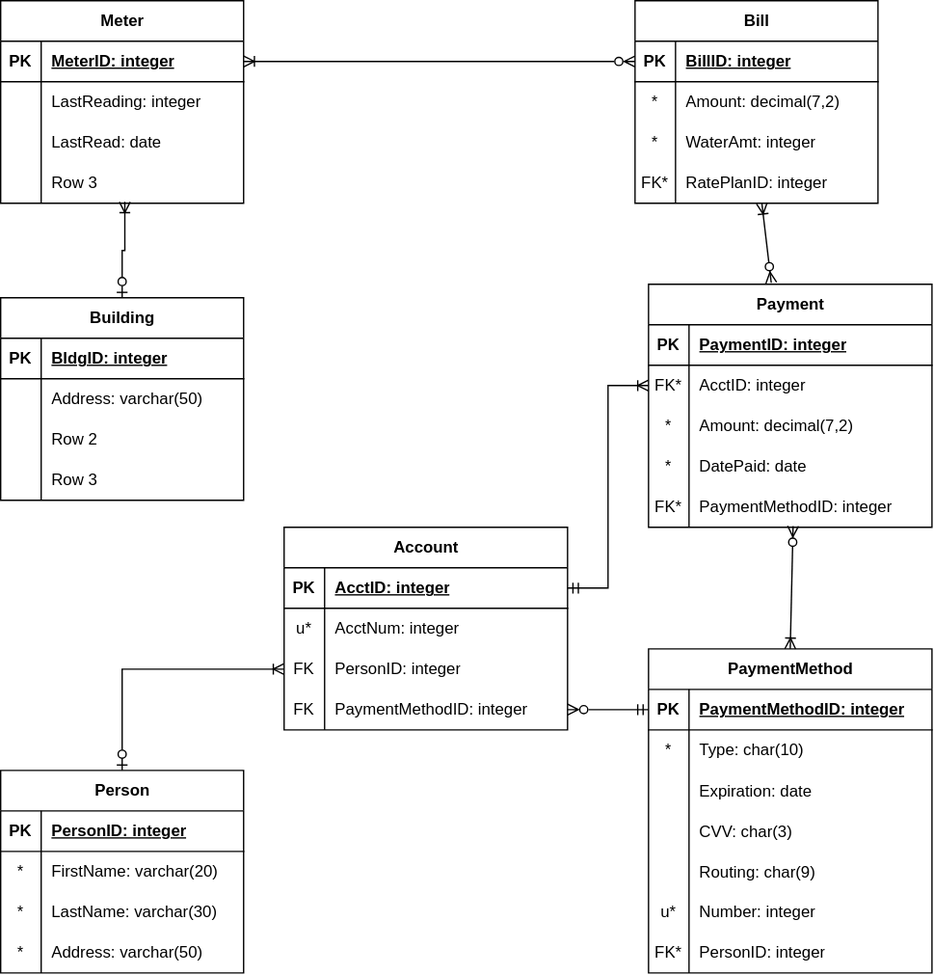
Before: water-system.drawio.svg, a diagram exported from draw.io (phbrownacmorg/csc305fa26). Source tidied: cells renumbered, new cells last; positions are measured from the earlier drawing's top-left corner, leaving out a move shared by most shapes.
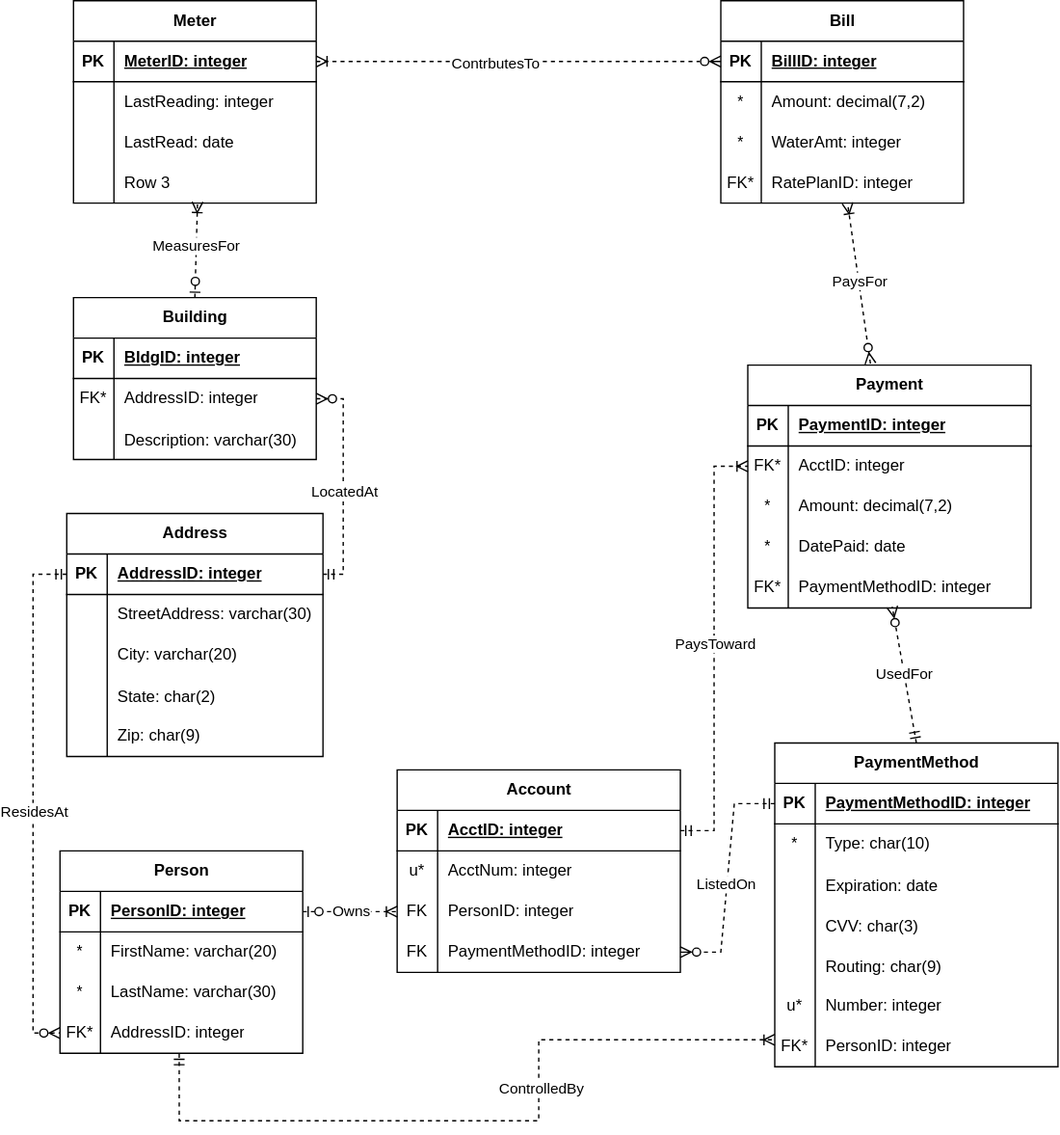
Later version of the same file.

Commit message:
ERD's as of end of class 10/1

Change to the diagram source:
```diff
@@ -3,7 +3,7 @@
     <mxCell id="0" />
     <mxCell id="1" parent="0" />
     <mxCell id="2" value="Building" style="shape=table;startSize=30;rowLines=0;fontStyle=1;align=center;html=1;" parent="1" vertex="1">
-      <mxGeometry y="220" width="180" height="150" as="geometry" />
+      <mxGeometry y="220" width="180" height="120" as="geometry" />
     </mxCell>
     <mxCell id="3" style="shape=tableRow;horizontal=0;startSize=0;swimlaneHead=0;swimlaneBody=0;fillColor=none;top=0;left=0;right=0;bottom=1;" parent="2" vertex="1">
       <mxGeometry y="30" width="180" height="30" as="geometry" />
@@ -17,32 +17,23 @@
     <mxCell id="6" style="shape=tableRow;horizontal=0;startSize=0;swimlaneHead=0;swimlaneBody=0;fillColor=none;points=[[0,0.5],[1,0.5]];portConstraint=eastwest;top=0;left=0;right=0;bottom=0;" parent="2" vertex="1">
       <mxGeometry y="60" width="180" height="30" as="geometry" />
     </mxCell>
-    <mxCell id="7" style="shape=partialRectangle;fillColor=none;top=0;left=0;bottom=0;right=0;overflow=hidden;whiteSpace=wrap;html=1;" parent="6" vertex="1">
+    <mxCell id="7" value="FK*" style="shape=partialRectangle;fillColor=none;top=0;left=0;bottom=0;right=0;overflow=hidden;whiteSpace=wrap;html=1;" parent="6" vertex="1">
       <mxGeometry width="30" height="30" as="geometry" />
     </mxCell>
-    <mxCell id="8" value="Address: varchar(50)" style="shape=partialRectangle;fillColor=none;top=0;left=0;bottom=0;right=0;align=left;spacingLeft=6;overflow=hidden;whiteSpace=wrap;html=1;" parent="6" vertex="1">
+    <mxCell id="8" value="AddressID: integer" style="shape=partialRectangle;fillColor=none;top=0;left=0;bottom=0;right=0;align=left;spacingLeft=6;overflow=hidden;whiteSpace=wrap;html=1;" parent="6" vertex="1">
       <mxGeometry x="30" width="150" height="30" as="geometry" />
     </mxCell>
     <mxCell id="9" style="shape=tableRow;horizontal=0;startSize=0;swimlaneHead=0;swimlaneBody=0;fillColor=none;top=0;left=0;right=0;bottom=0;" parent="2" vertex="1">
       <mxGeometry y="90" width="180" height="30" as="geometry" />
     </mxCell>
-    <mxCell id="10" style="shape=partialRectangle;fillColor=none;top=0;left=0;bottom=0;right=0;overflow=hidden;whiteSpace=wrap;html=1;" parent="9" vertex="1">
-      <mxGeometry width="30" height="30" as="geometry" />
-    </mxCell>
-    <mxCell id="11" value="Row 2" style="shape=partialRectangle;fillColor=none;top=0;left=0;bottom=0;right=0;align=left;spacingLeft=6;overflow=hidden;whiteSpace=wrap;html=1;" parent="9" vertex="1">
-      <mxGeometry x="30" width="150" height="30" as="geometry" />
-    </mxCell>
-    <mxCell id="12" style="shape=tableRow;horizontal=0;startSize=0;swimlaneHead=0;swimlaneBody=0;fillColor=none;top=0;left=0;right=0;bottom=0;" parent="2" vertex="1">
-      <mxGeometry y="120" width="180" height="30" as="geometry" />
-    </mxCell>
-    <mxCell id="13" style="shape=partialRectangle;fillColor=none;top=0;left=0;bottom=0;right=0;overflow=hidden;whiteSpace=wrap;html=1;" parent="12" vertex="1">
-      <mxGeometry width="30" height="30" as="geometry" />
-    </mxCell>
-    <mxCell id="14" value="Row 3" style="shape=partialRectangle;fillColor=none;top=0;left=0;bottom=0;right=0;align=left;spacingLeft=6;overflow=hidden;whiteSpace=wrap;html=1;" parent="12" vertex="1">
-      <mxGeometry x="30" width="150" height="30" as="geometry" />
-    </mxCell>
+    <mxCell id="112" style="shape=partialRectangle;fillColor=none;top=0;left=0;bottom=0;right=0;overflow=hidden;" parent="9" vertex="1">
+      <mxGeometry width="30" height="30" as="geometry" />
+    </mxCell>
+    <mxCell id="113" value="Description: varchar(30)" style="shape=partialRectangle;fillColor=none;top=0;left=0;bottom=0;right=0;align=left;spacingLeft=6;overflow=hidden;" parent="9" vertex="1">
+      <mxGeometry x="30" width="150" height="30" as="geometry" />
+    </mxCell>
     <mxCell id="15" value="Account" style="shape=table;startSize=30;rowLines=0;fontStyle=1;align=center;html=1;" parent="1" vertex="1">
-      <mxGeometry x="210" y="390" width="210" height="150" as="geometry" />
+      <mxGeometry x="240" y="570" width="210" height="150" as="geometry" />
     </mxCell>
     <mxCell id="16" style="shape=tableRow;horizontal=0;startSize=0;swimlaneHead=0;swimlaneBody=0;fillColor=none;points=[[0,0.5],[1,0.5]];portConstraint=eastwest;top=0;left=0;right=0;bottom=1;" parent="15" vertex="1">
       <mxGeometry y="30" width="210" height="30" as="geometry" />
@@ -81,7 +72,7 @@
       <mxGeometry x="30" width="180" height="30" as="geometry" />
     </mxCell>
     <mxCell id="28" value="Person" style="shape=table;startSize=30;rowLines=0;fontStyle=1;align=center;html=1;" parent="1" vertex="1">
-      <mxGeometry y="570" width="180" height="150" as="geometry" />
+      <mxGeometry x="-10" y="630" width="180" height="150" as="geometry" />
     </mxCell>
     <mxCell id="29" style="shape=tableRow;horizontal=0;startSize=0;swimlaneHead=0;swimlaneBody=0;fillColor=none;points=[[0,0.5],[1,0.5]];portConstraint=eastwest;top=0;left=0;right=0;bottom=1;" parent="28" vertex="1">
       <mxGeometry y="30" width="180" height="30" as="geometry" />
@@ -113,10 +104,10 @@
     <mxCell id="38" style="shape=tableRow;horizontal=0;startSize=0;swimlaneHead=0;swimlaneBody=0;fillColor=none;points=[[0,0.5],[1,0.5]];portConstraint=eastwest;top=0;left=0;right=0;bottom=0;" parent="28" vertex="1">
       <mxGeometry y="120" width="180" height="30" as="geometry" />
     </mxCell>
-    <mxCell id="39" value="*" style="shape=partialRectangle;fillColor=none;top=0;left=0;bottom=0;right=0;overflow=hidden;whiteSpace=wrap;html=1;" parent="38" vertex="1">
+    <mxCell id="39" value="FK*" style="shape=partialRectangle;fillColor=none;top=0;left=0;bottom=0;right=0;overflow=hidden;whiteSpace=wrap;html=1;" parent="38" vertex="1">
       <mxGeometry width="30" height="30" as="geometry" />
     </mxCell>
-    <mxCell id="40" value="Address: varchar(50)" style="shape=partialRectangle;fillColor=none;top=0;left=0;bottom=0;right=0;align=left;spacingLeft=6;overflow=hidden;whiteSpace=wrap;html=1;" parent="38" vertex="1">
+    <mxCell id="40" value="AddressID: integer" style="shape=partialRectangle;fillColor=none;top=0;left=0;bottom=0;right=0;align=left;spacingLeft=6;overflow=hidden;whiteSpace=wrap;html=1;" parent="38" vertex="1">
       <mxGeometry x="30" width="150" height="30" as="geometry" />
     </mxCell>
     <mxCell id="41" value="Meter" style="shape=table;startSize=30;rowLines=0;fontStyle=1;align=center;html=1;" parent="1" vertex="1">
@@ -159,7 +150,7 @@
       <mxGeometry x="30" width="150" height="30" as="geometry" />
     </mxCell>
     <mxCell id="54" value="Bill" style="shape=table;startSize=30;rowLines=0;fontStyle=1;align=center;html=1;" parent="1" vertex="1">
-      <mxGeometry x="470" width="180" height="150" as="geometry" />
+      <mxGeometry x="480" width="180" height="150" as="geometry" />
     </mxCell>
     <mxCell id="55" style="shape=tableRow;horizontal=0;startSize=0;swimlaneHead=0;swimlaneBody=0;fillColor=none;points=[[0,0.5],[1,0.5]];portConstraint=eastwest;top=0;left=0;right=0;bottom=1;" parent="54" vertex="1">
       <mxGeometry y="30" width="180" height="30" as="geometry" />
@@ -197,14 +188,20 @@
     <mxCell id="66" value="RatePlanID: integer" style="shape=partialRectangle;fillColor=none;top=0;left=0;bottom=0;right=0;align=left;spacingLeft=6;overflow=hidden;whiteSpace=wrap;html=1;" parent="64" vertex="1">
       <mxGeometry x="30" width="150" height="30" as="geometry" />
     </mxCell>
-    <mxCell id="67" style="fontSize=12;html=1;endArrow=ERoneToMany;startArrow=ERzeroToOne;rounded=0;exitX=0.5;exitY=0;exitDx=0;exitDy=0;entryX=0.511;entryY=0.967;entryDx=0;entryDy=0;entryPerimeter=0;edgeStyle=orthogonalEdgeStyle;" parent="1" edge="1" source="2" target="51">
+    <mxCell id="67" style="fontSize=12;html=1;endArrow=ERoneToMany;startArrow=ERzeroToOne;rounded=0;exitX=0.5;exitY=0;exitDx=0;exitDy=0;entryX=0.511;entryY=0.967;entryDx=0;entryDy=0;entryPerimeter=0;dashed=1;" parent="1" edge="1" source="2" target="51">
       <mxGeometry relative="1" as="geometry" />
     </mxCell>
+    <mxCell id="114" value="MeasuresFor" style="edgeLabel;html=1;align=center;verticalAlign=middle;" parent="67" vertex="1">
+      <mxGeometry x="0.07" y="1" relative="1" as="geometry" />
+    </mxCell>
-    <mxCell id="68" style="edgeStyle=entityRelationEdgeStyle;fontSize=12;html=1;endArrow=ERzeroToMany;startArrow=ERoneToMany;rounded=0;entryX=0;entryY=0.5;entryDx=0;entryDy=0;exitX=1;exitY=0.5;exitDx=0;exitDy=0;endFill=0;" parent="1" edge="1" source="42" target="55">
+    <mxCell id="68" style="edgeStyle=entityRelationEdgeStyle;fontSize=12;html=1;endArrow=ERzeroToMany;startArrow=ERoneToMany;rounded=0;entryX=0;entryY=0.5;entryDx=0;entryDy=0;exitX=1;exitY=0.5;exitDx=0;exitDy=0;endFill=0;dashed=1;" parent="1" edge="1" source="42" target="55">
       <mxGeometry relative="1" as="geometry" />
     </mxCell>
+    <mxCell id="115" value="ContrbutesTo" style="edgeLabel;html=1;align=center;verticalAlign=middle;" parent="68" vertex="1">
+      <mxGeometry x="-0.12" y="-1" relative="1" as="geometry" />
+    </mxCell>
     <mxCell id="69" value="Payment" style="shape=table;startSize=30;rowLines=0;fontStyle=1;align=center;html=1;" parent="1" vertex="1">
-      <mxGeometry x="480" y="210" width="210" height="180" as="geometry" />
+      <mxGeometry x="500" y="270" width="210" height="180" as="geometry" />
     </mxCell>
     <mxCell id="70" style="shape=tableRow;horizontal=0;startSize=0;swimlaneHead=0;swimlaneBody=0;fillColor=none;top=0;left=0;right=0;bottom=1;" parent="69" vertex="1">
       <mxGeometry y="30" width="210" height="30" as="geometry" />
@@ -252,7 +249,7 @@
       <mxGeometry x="30" width="180" height="30" as="geometry" />
     </mxCell>
     <mxCell id="85" value="PaymentMethod" style="shape=table;startSize=30;rowLines=0;fontStyle=1;align=center;html=1;" parent="1" vertex="1">
-      <mxGeometry x="480" y="480" width="210" height="240" as="geometry" />
+      <mxGeometry x="520" y="550" width="210" height="240" as="geometry" />
     </mxCell>
     <mxCell id="86" style="shape=tableRow;horizontal=0;startSize=0;swimlaneHead=0;swimlaneBody=0;fillColor=none;points=[[0,0.5],[1,0.5]];portConstraint=eastwest;top=0;left=0;right=0;bottom=1;" parent="85" vertex="1">
       <mxGeometry y="30" width="210" height="30" as="geometry" />
@@ -317,20 +314,121 @@
     <mxCell id="106" value="PersonID: integer" style="shape=partialRectangle;fillColor=none;top=0;left=0;bottom=0;right=0;align=left;spacingLeft=6;overflow=hidden;whiteSpace=wrap;html=1;" parent="104" vertex="1">
       <mxGeometry x="30" width="180" height="30" as="geometry" />
     </mxCell>
-    <mxCell id="107" style="fontSize=12;html=1;endArrow=ERoneToMany;startArrow=ERzeroToMany;rounded=0;entryX=0.522;entryY=1;entryDx=0;entryDy=0;entryPerimeter=0;exitX=0.433;exitY=-0.006;exitDx=0;exitDy=0;exitPerimeter=0;" parent="1" edge="1" source="69" target="64">
+    <mxCell id="107" style="fontSize=12;html=1;endArrow=ERoneToMany;startArrow=ERzeroToMany;rounded=0;entryX=0.522;entryY=1;entryDx=0;entryDy=0;entryPerimeter=0;exitX=0.433;exitY=-0.006;exitDx=0;exitDy=0;exitPerimeter=0;dashed=1;" parent="1" edge="1" source="69" target="64">
       <mxGeometry relative="1" as="geometry" />
     </mxCell>
+    <mxCell id="116" value="PaysFor" style="edgeLabel;html=1;align=center;verticalAlign=middle;" parent="107" vertex="1">
+      <mxGeometry x="0.04" relative="1" as="geometry" />
+    </mxCell>
-    <mxCell id="108" style="fontSize=12;html=1;endArrow=ERzeroToMany;endFill=1;startArrow=ERoneToMany;rounded=0;entryX=0.51;entryY=0.967;entryDx=0;entryDy=0;entryPerimeter=0;exitX=0.5;exitY=0;exitDx=0;exitDy=0;startFill=0;" parent="1" edge="1" source="85" target="82">
+    <mxCell id="108" style="fontSize=12;html=1;endArrow=ERzeroToMany;endFill=1;startArrow=ERmandOne;rounded=0;entryX=0.51;entryY=0.967;entryDx=0;entryDy=0;entryPerimeter=0;exitX=0.5;exitY=0;exitDx=0;exitDy=0;startFill=0;dashed=1;" parent="1" edge="1" source="85" target="82">
       <mxGeometry relative="1" as="geometry" />
     </mxCell>
+    <mxCell id="117" value="UsedFor" style="edgeLabel;html=1;align=center;verticalAlign=middle;" parent="108" vertex="1">
+      <mxGeometry x="0.01" relative="1" as="geometry" />
+    </mxCell>
-    <mxCell id="109" style="edgeStyle=entityRelationEdgeStyle;fontSize=12;html=1;endArrow=ERoneToMany;startArrow=ERmandOne;rounded=0;entryX=0;entryY=0.5;entryDx=0;entryDy=0;exitX=1;exitY=0.5;exitDx=0;exitDy=0;startFill=0;" parent="1" edge="1" source="16" target="73">
+    <mxCell id="109" style="fontSize=12;html=1;endArrow=ERoneToMany;startArrow=ERmandOne;rounded=0;entryX=0;entryY=0.5;entryDx=0;entryDy=0;exitX=1;exitY=0.5;exitDx=0;exitDy=0;startFill=0;dashed=1;edgeStyle=orthogonalEdgeStyle;" parent="1" edge="1" source="16" target="73">
       <mxGeometry relative="1" as="geometry" />
     </mxCell>
+    <mxCell id="118" value="PaysToward" style="edgeLabel;html=1;align=center;verticalAlign=middle;" parent="109" vertex="1">
+      <mxGeometry x="0.03" relative="1" as="geometry" />
+    </mxCell>
-    <mxCell id="110" style="edgeStyle=entityRelationEdgeStyle;fontSize=12;html=1;endArrow=ERzeroToMany;startArrow=ERmandOne;rounded=0;entryX=1;entryY=0.5;entryDx=0;entryDy=0;exitX=0;exitY=0.5;exitDx=0;exitDy=0;startFill=0;endFill=0;" parent="1" edge="1" source="86" target="25">
+    <mxCell id="110" style="edgeStyle=entityRelationEdgeStyle;fontSize=12;html=1;endArrow=ERzeroToMany;startArrow=ERmandOne;rounded=0;entryX=1;entryY=0.5;entryDx=0;entryDy=0;exitX=0;exitY=0.5;exitDx=0;exitDy=0;startFill=0;endFill=0;dashed=1;" parent="1" edge="1" source="86" target="25">
       <mxGeometry relative="1" as="geometry" />
     </mxCell>
+    <mxCell id="119" value="ListedOn" style="edgeLabel;html=1;align=center;verticalAlign=middle;" parent="110" vertex="1">
+      <mxGeometry x="0.06" y="-2" relative="1" as="geometry">
+        <mxPoint x="1" as="offset" />
+      </mxGeometry>
+    </mxCell>
-    <mxCell id="111" style="edgeStyle=orthogonalEdgeStyle;fontSize=12;html=1;endArrow=ERoneToMany;startArrow=ERzeroToOne;rounded=0;entryX=0;entryY=0.5;entryDx=0;entryDy=0;exitX=0.5;exitY=0;exitDx=0;exitDy=0;" parent="1" edge="1" source="28" target="22">
+    <mxCell id="111" style="fontSize=12;html=1;endArrow=ERoneToMany;startArrow=ERzeroToOne;rounded=0;entryX=0;entryY=0.5;entryDx=0;entryDy=0;exitX=1;exitY=0.5;exitDx=0;exitDy=0;dashed=1;edgeStyle=orthogonalEdgeStyle;" parent="1" edge="1" source="29" target="22">
       <mxGeometry relative="1" as="geometry" />
     </mxCell>
+    <mxCell id="120" value="Owns" style="edgeLabel;html=1;align=center;verticalAlign=middle;" parent="111" vertex="1">
+      <mxGeometry x="-0.01" relative="1" as="geometry" />
+    </mxCell>
+    <mxCell id="121" value="Address" style="shape=table;startSize=30;rowLines=0;fontStyle=1;align=center;html=1;" parent="1" vertex="1">
+      <mxGeometry x="-5" y="380" width="190" height="180" as="geometry" />
+    </mxCell>
+    <mxCell id="122" style="shape=tableRow;horizontal=0;startSize=0;swimlaneHead=0;swimlaneBody=0;fillColor=none;points=[[0,0.5],[1,0.5]];portConstraint=eastwest;top=0;left=0;right=0;bottom=1;" parent="121" vertex="1">
+      <mxGeometry y="30" width="190" height="30" as="geometry" />
+    </mxCell>
+    <mxCell id="123" value="PK" style="shape=partialRectangle;fillColor=none;top=0;left=0;bottom=0;right=0;fontStyle=1;overflow=hidden;whiteSpace=wrap;html=1;" parent="122" vertex="1">
+      <mxGeometry width="30" height="30" as="geometry" />
+    </mxCell>
+    <mxCell id="124" value="AddressID: integer" style="shape=partialRectangle;fillColor=none;top=0;left=0;bottom=0;right=0;align=left;spacingLeft=6;fontStyle=5;overflow=hidden;whiteSpace=wrap;html=1;" parent="122" vertex="1">
+      <mxGeometry x="30" width="160" height="30" as="geometry" />
+    </mxCell>
+    <mxCell id="125" style="shape=tableRow;horizontal=0;startSize=0;swimlaneHead=0;swimlaneBody=0;fillColor=none;top=0;left=0;right=0;bottom=0;" parent="121" vertex="1">
+      <mxGeometry y="60" width="190" height="30" as="geometry" />
+    </mxCell>
+    <mxCell id="126" style="shape=partialRectangle;fillColor=none;top=0;left=0;bottom=0;right=0;overflow=hidden;whiteSpace=wrap;html=1;" parent="125" vertex="1">
+      <mxGeometry width="30" height="30" as="geometry" />
+    </mxCell>
+    <mxCell id="127" value="StreetAddress: varchar(30)" style="shape=partialRectangle;fillColor=none;top=0;left=0;bottom=0;right=0;align=left;spacingLeft=6;overflow=hidden;whiteSpace=wrap;html=1;" parent="125" vertex="1">
+      <mxGeometry x="30" width="160" height="30" as="geometry" />
+    </mxCell>
+    <mxCell id="128" style="shape=tableRow;horizontal=0;startSize=0;swimlaneHead=0;swimlaneBody=0;fillColor=none;top=0;left=0;right=0;bottom=0;" parent="121" vertex="1">
+      <mxGeometry y="90" width="190" height="30" as="geometry" />
+    </mxCell>
+    <mxCell id="129" style="shape=partialRectangle;fillColor=none;top=0;left=0;bottom=0;right=0;overflow=hidden;whiteSpace=wrap;html=1;" parent="128" vertex="1">
+      <mxGeometry width="30" height="30" as="geometry" />
+    </mxCell>
+    <mxCell id="130" value="City: varchar(20)" style="shape=partialRectangle;fillColor=none;top=0;left=0;bottom=0;right=0;align=left;spacingLeft=6;overflow=hidden;whiteSpace=wrap;html=1;" parent="128" vertex="1">
+      <mxGeometry x="30" width="160" height="30" as="geometry" />
+    </mxCell>
+    <mxCell id="131" style="shape=tableRow;horizontal=0;startSize=0;swimlaneHead=0;swimlaneBody=0;fillColor=none;top=0;left=0;right=0;bottom=0;" parent="121" vertex="1">
+      <mxGeometry y="120" width="190" height="30" as="geometry" />
+    </mxCell>
+    <mxCell id="132" style="shape=partialRectangle;fillColor=none;top=0;left=0;bottom=0;right=0;overflow=hidden;" parent="131" vertex="1">
+      <mxGeometry width="30" height="30" as="geometry" />
+    </mxCell>
+    <mxCell id="133" value="State: char(2)" style="shape=partialRectangle;fillColor=none;top=0;left=0;bottom=0;right=0;align=left;spacingLeft=6;overflow=hidden;" parent="131" vertex="1">
+      <mxGeometry x="30" width="160" height="30" as="geometry" />
+    </mxCell>
+    <mxCell id="134" style="shape=tableRow;horizontal=0;startSize=0;swimlaneHead=0;swimlaneBody=0;fillColor=none;top=0;left=0;right=0;bottom=0;" parent="121" vertex="1">
+      <mxGeometry y="150" width="190" height="30" as="geometry" />
+    </mxCell>
+    <mxCell id="135" style="shape=partialRectangle;fillColor=none;top=0;left=0;bottom=0;right=0;overflow=hidden;whiteSpace=wrap;html=1;" parent="134" vertex="1">
+      <mxGeometry width="30" height="30" as="geometry" />
+    </mxCell>
+    <mxCell id="136" value="Zip: char(9)" style="shape=partialRectangle;fillColor=none;top=0;left=0;bottom=0;right=0;align=left;spacingLeft=6;overflow=hidden;whiteSpace=wrap;html=1;" parent="134" vertex="1">
+      <mxGeometry x="30" width="160" height="30" as="geometry" />
+    </mxCell>
+    <mxCell id="137" style="fontSize=12;html=1;endArrow=ERzeroToMany;startArrow=ERmandOne;rounded=0;exitX=0;exitY=0.5;exitDx=0;exitDy=0;entryX=0;entryY=0.5;entryDx=0;entryDy=0;dashed=1;edgeStyle=orthogonalEdgeStyle;" parent="1" edge="1" source="122" target="38">
+      <mxGeometry relative="1" as="geometry">
+        <Array as="points">
+          <mxPoint x="-30" y="425" />
+          <mxPoint x="-30" y="765" />
+        </Array>
+      </mxGeometry>
+    </mxCell>
+    <mxCell id="138" value="ResidesAt" style="edgeLabel;html=1;align=center;verticalAlign=middle;" parent="137" vertex="1">
+      <mxGeometry x="0.11" relative="1" as="geometry">
+        <mxPoint y="-13" as="offset" />
+      </mxGeometry>
+    </mxCell>
+    <mxCell id="139" style="fontSize=12;html=1;endArrow=ERzeroToMany;startArrow=ERmandOne;rounded=0;exitX=1;exitY=0.5;exitDx=0;exitDy=0;entryX=1;entryY=0.5;entryDx=0;entryDy=0;dashed=1;edgeStyle=orthogonalEdgeStyle;" parent="1" edge="1" source="122" target="6">
+      <mxGeometry relative="1" as="geometry">
+        <Array as="points">
+          <mxPoint x="200" y="425" />
+          <mxPoint x="200" y="295" />
+        </Array>
+      </mxGeometry>
+    </mxCell>
+    <mxCell id="140" value="LocatedAt" style="edgeLabel;html=1;align=center;verticalAlign=middle;" parent="139" vertex="1">
+      <mxGeometry x="-0.06" relative="1" as="geometry" />
+    </mxCell>
+    <mxCell id="141" style="edgeStyle=orthogonalEdgeStyle;fontSize=12;html=1;endArrow=ERoneToMany;startArrow=ERmandOne;rounded=0;exitX=0.491;exitY=1.014;exitDx=0;exitDy=0;exitPerimeter=0;entryX=0;entryY=0.333;entryDx=0;entryDy=0;entryPerimeter=0;dashed=1;" parent="1" edge="1" source="38" target="104">
+      <mxGeometry relative="1" as="geometry">
+        <Array as="points">
+          <mxPoint x="78.4" y="830" />
+          <mxPoint x="345" y="830" />
+          <mxPoint x="345" y="770" />
+        </Array>
+      </mxGeometry>
+    </mxCell>
+    <mxCell id="142" value="ControlledBy" style="edgeLabel;html=1;align=center;verticalAlign=middle;" parent="141" vertex="1">
+      <mxGeometry x="0.24" y="-1" relative="1" as="geometry" />
+    </mxCell>
   </root>
 </mxGraphModel>
```
